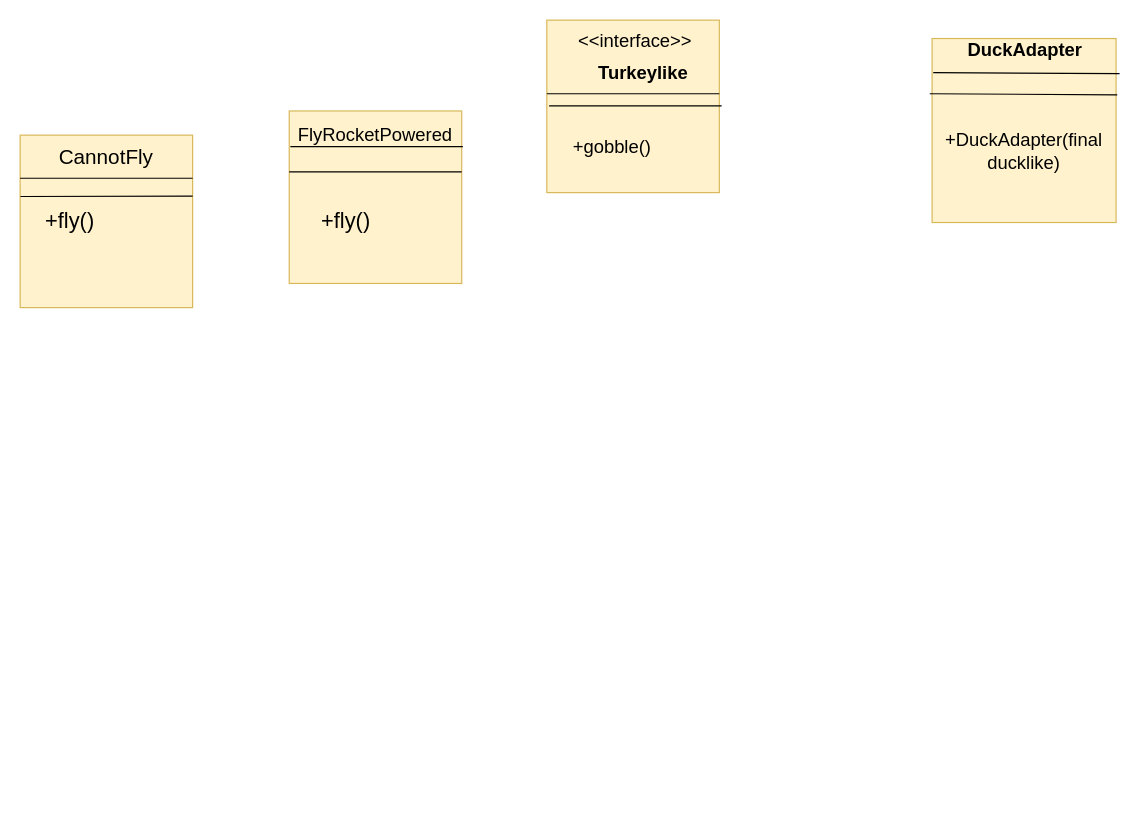
Above: Untitled Diagram.drawio in ahrlab/BOX (draw.io), before the change. Source tidied: cells renumbered, new cells numbered last; positions are measured from the earlier drawing's top-left corner, leaving out a move shared by most shapes. Both pictures are drawn from the tidied source at 115%, with x=0, y=0 at pixel (20, 20).
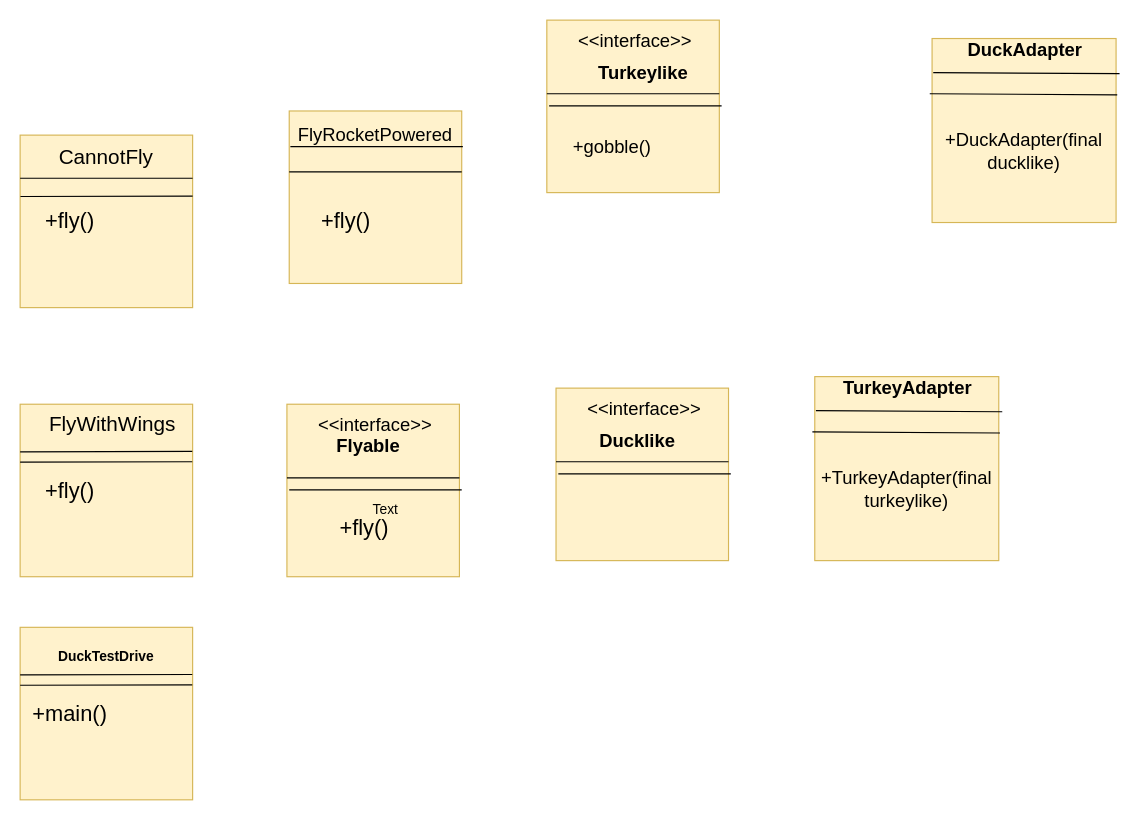
The same page after the edit.

Diff of the diagram source:
```diff
@@
+    <mxCell id="23" style="whiteSpace=wrap;html=1;fillColor=#fff2cc;strokeColor=#d6b656;" parent="1" vertex="1">
+      <mxGeometry y="334" width="150" height="150" as="geometry" />
+    </mxCell>
+    <mxCell id="24" style="endArrow=none;html=1;entryX=0.002;entryY=0.356;entryDx=0;entryDy=0;entryPerimeter=0;" parent="1" edge="1">
+      <mxGeometry relative="1" as="geometry">
+        <mxPoint x="149.7" y="375" as="sourcePoint" />
+        <mxPoint y="375.4" as="targetPoint" />
+      </mxGeometry>
+    </mxCell>
+    <mxCell id="25" style="endArrow=none;html=1;entryX=0.002;entryY=0.356;entryDx=0;entryDy=0;entryPerimeter=0;" parent="1" edge="1">
+      <mxGeometry relative="1" as="geometry">
+        <mxPoint x="149.7" y="384" as="sourcePoint" />
+        <mxPoint y="384.4" as="targetPoint" />
+      </mxGeometry>
+    </mxCell>
+    <mxCell id="26" value="&lt;font style=&quot;font-size: 18px&quot;&gt;FlyWithWings&lt;/font&gt;" style="text;html=1;strokeColor=none;fillColor=none;align=center;verticalAlign=middle;whiteSpace=wrap;rounded=0;" parent="1" vertex="1">
+      <mxGeometry x="55" y="336" width="51" height="32" as="geometry" />
+    </mxCell>
+    <mxCell id="27" value="&lt;font style=&quot;font-size: 19px&quot;&gt;+fly()&lt;/font&gt;" style="text;html=1;strokeColor=none;fillColor=none;align=center;verticalAlign=middle;whiteSpace=wrap;rounded=0;spacingLeft=-3;" parent="1" vertex="1">
+      <mxGeometry x="10" y="400" width="70" height="20" as="geometry" />
+    </mxCell>
+    <mxCell id="28" style="whiteSpace=wrap;html=1;fillColor=#fff2cc;strokeColor=#d6b656;" parent="1" vertex="1">
+      <mxGeometry x="232" y="334" width="150" height="150" as="geometry" />
+    </mxCell>
+    <mxCell id="29" style="endArrow=none;html=1;exitX=0;exitY=0.25;exitDx=0;exitDy=0;entryX=1;entryY=0.25;entryDx=0;entryDy=0;" parent="1" edge="1">
+      <mxGeometry relative="1" as="geometry">
+        <mxPoint x="234" y="408.5" as="sourcePoint" />
+        <mxPoint x="384" y="408.5" as="targetPoint" />
+      </mxGeometry>
+    </mxCell>
+    <mxCell id="30" style="endArrow=none;html=1;exitX=0;exitY=0.25;exitDx=0;exitDy=0;entryX=1;entryY=0.25;entryDx=0;entryDy=0;" parent="1" edge="1">
+      <mxGeometry relative="1" as="geometry">
+        <mxPoint x="232" y="398" as="sourcePoint" />
+        <mxPoint x="382" y="398" as="targetPoint" />
+      </mxGeometry>
+    </mxCell>
+    <mxCell id="31" value="&amp;lt;&amp;lt;interface&amp;gt;&amp;gt;" style="text;html=1;strokeColor=none;fillColor=none;align=center;verticalAlign=middle;whiteSpace=wrap;rounded=0;fontSize=16;" parent="1" vertex="1">
+      <mxGeometry x="289" y="334" width="40" height="36" as="geometry" />
+    </mxCell>
+    <mxCell id="32" value="&lt;b&gt;Flyable&lt;br&gt;&lt;br&gt;&lt;/b&gt;" style="text;html=1;strokeColor=none;fillColor=none;align=center;verticalAlign=middle;whiteSpace=wrap;rounded=0;fontSize=16;" parent="1" vertex="1">
+      <mxGeometry x="283" y="370" width="40" height="20" as="geometry" />
+    </mxCell>
+    <mxCell id="33" value="&lt;font style=&quot;font-size: 19px&quot;&gt;+fly()&lt;/font&gt;" style="text;html=1;strokeColor=none;fillColor=none;align=center;verticalAlign=middle;whiteSpace=wrap;rounded=0;spacingLeft=-3;" parent="1" vertex="1">
+      <mxGeometry x="266" y="432" width="70" height="20" as="geometry" />
+    </mxCell>
+    <mxCell id="34" style="whiteSpace=wrap;html=1;fillColor=#fff2cc;strokeColor=#d6b656;" parent="1" vertex="1">
+      <mxGeometry x="466" y="320" width="150" height="150" as="geometry" />
+    </mxCell>
+    <mxCell id="35" style="endArrow=none;html=1;exitX=0;exitY=0.25;exitDx=0;exitDy=0;entryX=1;entryY=0.25;entryDx=0;entryDy=0;" parent="1" edge="1">
+      <mxGeometry relative="1" as="geometry">
+        <mxPoint x="468" y="394.5" as="sourcePoint" />
+        <mxPoint x="618" y="394.5" as="targetPoint" />
+      </mxGeometry>
+    </mxCell>
+    <mxCell id="36" style="endArrow=none;html=1;exitX=0;exitY=0.25;exitDx=0;exitDy=0;entryX=1;entryY=0.25;entryDx=0;entryDy=0;" parent="1" edge="1">
+      <mxGeometry relative="1" as="geometry">
+        <mxPoint x="466" y="384" as="sourcePoint" />
+        <mxPoint x="616" y="384" as="targetPoint" />
+      </mxGeometry>
+    </mxCell>
+    <mxCell id="37" value="&amp;lt;&amp;lt;interface&amp;gt;&amp;gt;" style="text;html=1;strokeColor=none;fillColor=none;align=center;verticalAlign=middle;whiteSpace=wrap;rounded=0;fontSize=16;" parent="1" vertex="1">
+      <mxGeometry x="523" y="320" width="40" height="36" as="geometry" />
+    </mxCell>
+    <mxCell id="38" value="&lt;b&gt;Ducklike&lt;br&gt;&lt;/b&gt;" style="text;html=1;strokeColor=none;fillColor=none;align=center;verticalAlign=middle;whiteSpace=wrap;rounded=0;fontSize=16;" parent="1" vertex="1">
+      <mxGeometry x="517" y="356" width="40" height="20" as="geometry" />
+    </mxCell>
+    <mxCell id="39" style="whiteSpace=wrap;html=1;fontSize=16;fillColor=#fff2cc;strokeColor=#d6b656;" parent="1" vertex="1">
+      <mxGeometry x="691" y="310" width="160" height="160" as="geometry" />
+    </mxCell>
+    <mxCell id="40" style="endArrow=none;html=1;exitX=0;exitY=0.25;exitDx=0;exitDy=0;entryX=1.019;entryY=0.191;entryDx=0;entryDy=0;entryPerimeter=0;" parent="1" edge="1" target="39">
+      <mxGeometry relative="1" as="geometry">
+        <mxPoint x="692" y="339.6" as="sourcePoint" />
+      </mxGeometry>
+    </mxCell>
+    <mxCell id="41" style="endArrow=none;html=1;exitX=0;exitY=0.25;exitDx=0;exitDy=0;entryX=1.019;entryY=0.191;entryDx=0;entryDy=0;entryPerimeter=0;" parent="1" edge="1">
+      <mxGeometry relative="1" as="geometry">
+        <mxPoint x="688.9" y="358" as="sourcePoint" />
+        <mxPoint x="852" y="359" as="targetPoint" />
+      </mxGeometry>
+    </mxCell>
+    <mxCell id="42" value="&lt;b&gt;TurkeyAdapter&lt;/b&gt;" style="text;html=1;strokeColor=none;fillColor=none;align=center;verticalAlign=middle;whiteSpace=wrap;rounded=0;fontSize=16;" parent="1" vertex="1">
+      <mxGeometry x="752" y="310" width="40" height="20" as="geometry" />
+    </mxCell>
+    <mxCell id="43" value="+TurkeyAdapter(final turkeylike)" style="text;html=1;strokeColor=none;fillColor=none;align=center;verticalAlign=middle;whiteSpace=wrap;rounded=0;fontSize=16;" parent="1" vertex="1">
+      <mxGeometry x="715" y="394" width="112" height="28" as="geometry" />
+    </mxCell>
+    <mxCell id="44" style="whiteSpace=wrap;html=1;fillColor=#fff2cc;strokeColor=#d6b656;" parent="1" vertex="1">
+      <mxGeometry y="528" width="150" height="150" as="geometry" />
+    </mxCell>
+    <mxCell id="45" style="endArrow=none;html=1;entryX=0.002;entryY=0.356;entryDx=0;entryDy=0;entryPerimeter=0;" parent="1" edge="1">
+      <mxGeometry relative="1" as="geometry">
+        <mxPoint x="149.7" y="569" as="sourcePoint" />
+        <mxPoint y="569.4" as="targetPoint" />
+      </mxGeometry>
+    </mxCell>
+    <mxCell id="46" style="endArrow=none;html=1;entryX=0.002;entryY=0.356;entryDx=0;entryDy=0;entryPerimeter=0;" parent="1" edge="1">
+      <mxGeometry relative="1" as="geometry">
+        <mxPoint x="149.7" y="578" as="sourcePoint" />
+        <mxPoint y="578.4" as="targetPoint" />
+      </mxGeometry>
+    </mxCell>
+    <mxCell id="47" value="&lt;font style=&quot;font-size: 19px&quot;&gt;+main()&lt;/font&gt;" style="text;html=1;strokeColor=none;fillColor=none;align=center;verticalAlign=middle;whiteSpace=wrap;rounded=0;spacingLeft=-3;" parent="1" vertex="1">
+      <mxGeometry x="10" y="594" width="70" height="20" as="geometry" />
+    </mxCell>
+    <mxCell id="48" value="Text" style="text;html=1;strokeColor=none;fillColor=none;align=center;verticalAlign=middle;whiteSpace=wrap;rounded=0;" parent="1" vertex="1">
+      <mxGeometry x="298" y="416" width="40" height="20" as="geometry" />
+    </mxCell>
+    <mxCell id="49" value="&lt;b&gt;DuckTestDrive&lt;/b&gt;" style="text;html=1;strokeColor=none;fillColor=none;align=center;verticalAlign=middle;whiteSpace=wrap;rounded=0;" parent="1" vertex="1">
+      <mxGeometry x="55" y="544" width="40" height="20" as="geometry" />
+    </mxCell>
```
